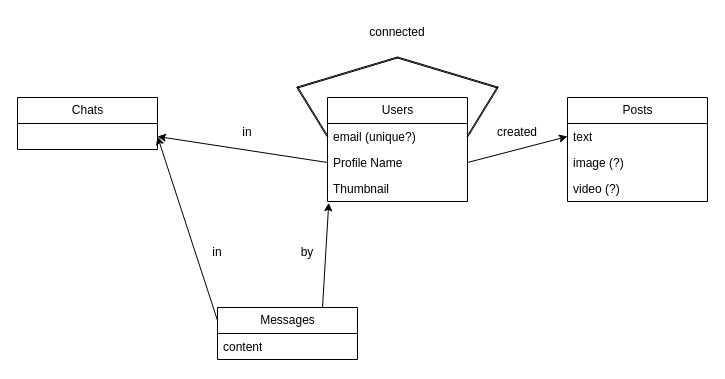
Above: db_schema.drawio in Matt-Eva/Connect (draw.io), before the change. Source tidied: cells renumbered, new cells numbered last; positions are measured from the earlier drawing's top-left corner, leaving out a move shared by most shapes. Both pictures are drawn from the tidied source at 100%, with x=0, y=0 at pixel (17, 17).
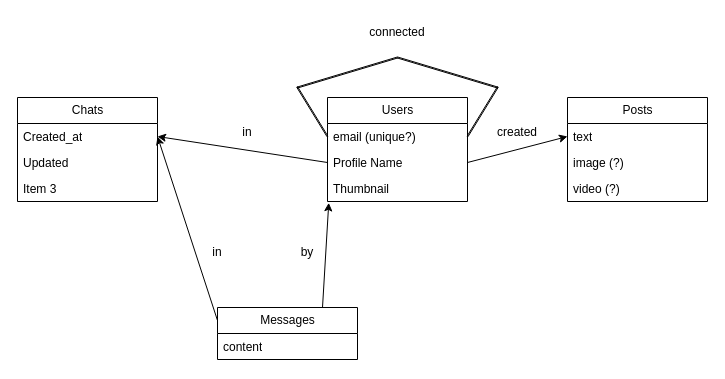
After the change.

What changed in the source:
```diff
@@
-    <mxCell id="11" value="Chats" style="swimlane;fontStyle=0;horizontal=1;startSize=26;fillColor=none;html=1;" parent="1" vertex="1">
-      <mxGeometry y="80" width="140" height="52" as="geometry" />
-    </mxCell>
@@
+    <mxCell id="11" value="Chats" style="swimlane;fontStyle=0;horizontal=1;startSize=26;fillColor=none;html=1;" parent="1" vertex="1">
+      <mxGeometry y="80" width="140" height="104" as="geometry" />
+    </mxCell>
+    <mxCell id="23" value="Created_at" style="text;strokeColor=none;fillColor=none;align=left;verticalAlign=top;spacingLeft=4;spacingRight=4;overflow=hidden;whiteSpace=wrap;html=1;" parent="11" vertex="1">
+      <mxGeometry y="26" width="140" height="26" as="geometry" />
+    </mxCell>
+    <mxCell id="24" value="Updated" style="text;strokeColor=none;fillColor=none;align=left;verticalAlign=top;spacingLeft=4;spacingRight=4;overflow=hidden;whiteSpace=wrap;html=1;" parent="11" vertex="1">
+      <mxGeometry y="52" width="140" height="26" as="geometry" />
+    </mxCell>
+    <mxCell id="25" value="Item 3" style="text;strokeColor=none;fillColor=none;align=left;verticalAlign=top;spacingLeft=4;spacingRight=4;overflow=hidden;whiteSpace=wrap;html=1;" parent="11" vertex="1">
+      <mxGeometry y="78" width="140" height="26" as="geometry" />
+    </mxCell>
```
